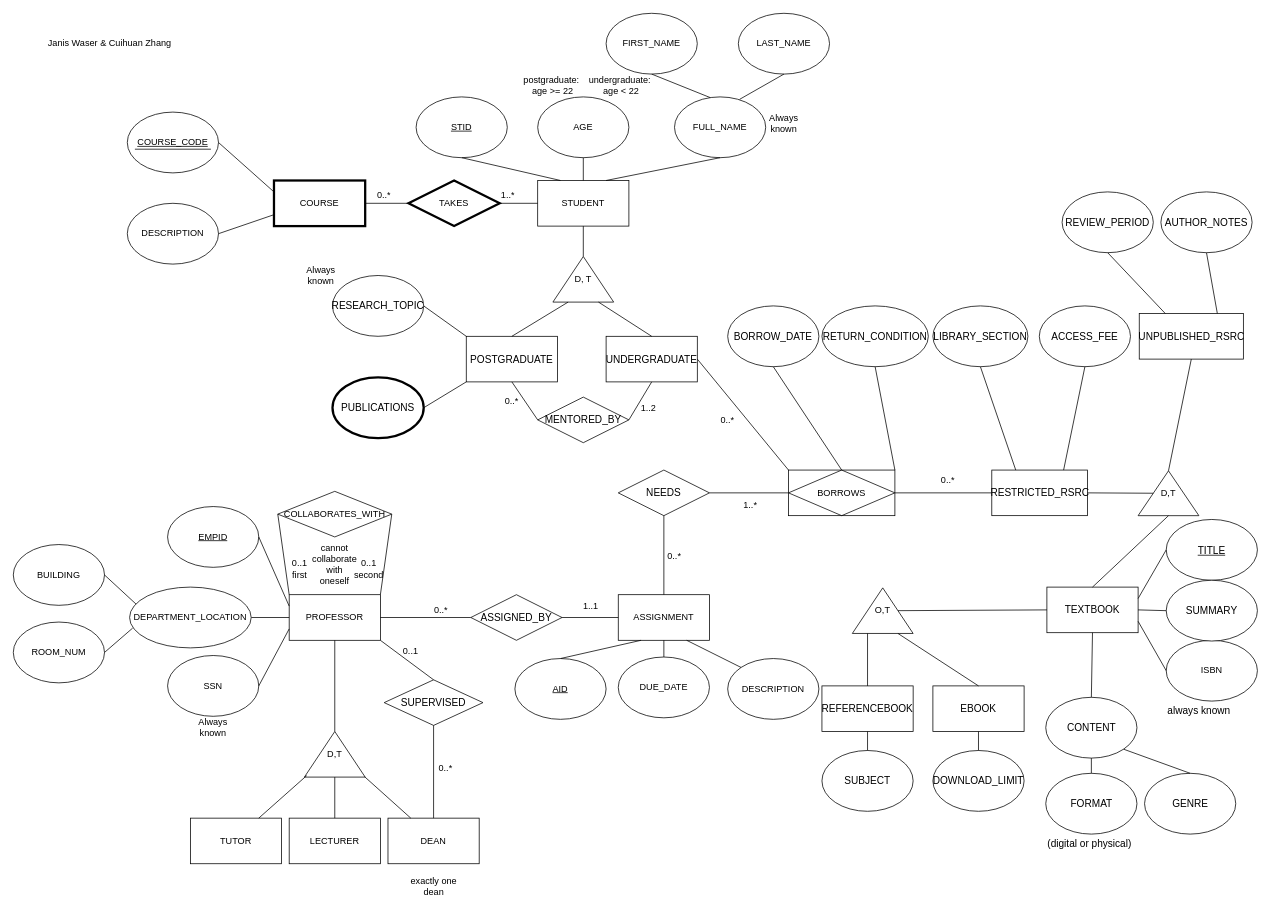
The draw.io diagram Homework1/DM-HW1_Janis & Cuihuan.drawio in us-ja/Data_Management, before the edit. Source tidied: cells renumbered, new cells numbered last; positions are measured from the earlier drawing's top-left corner, leaving out a move shared by most shapes. Both pictures are drawn from the tidied source at 76%, with x=0, y=0 at pixel (13, 13).
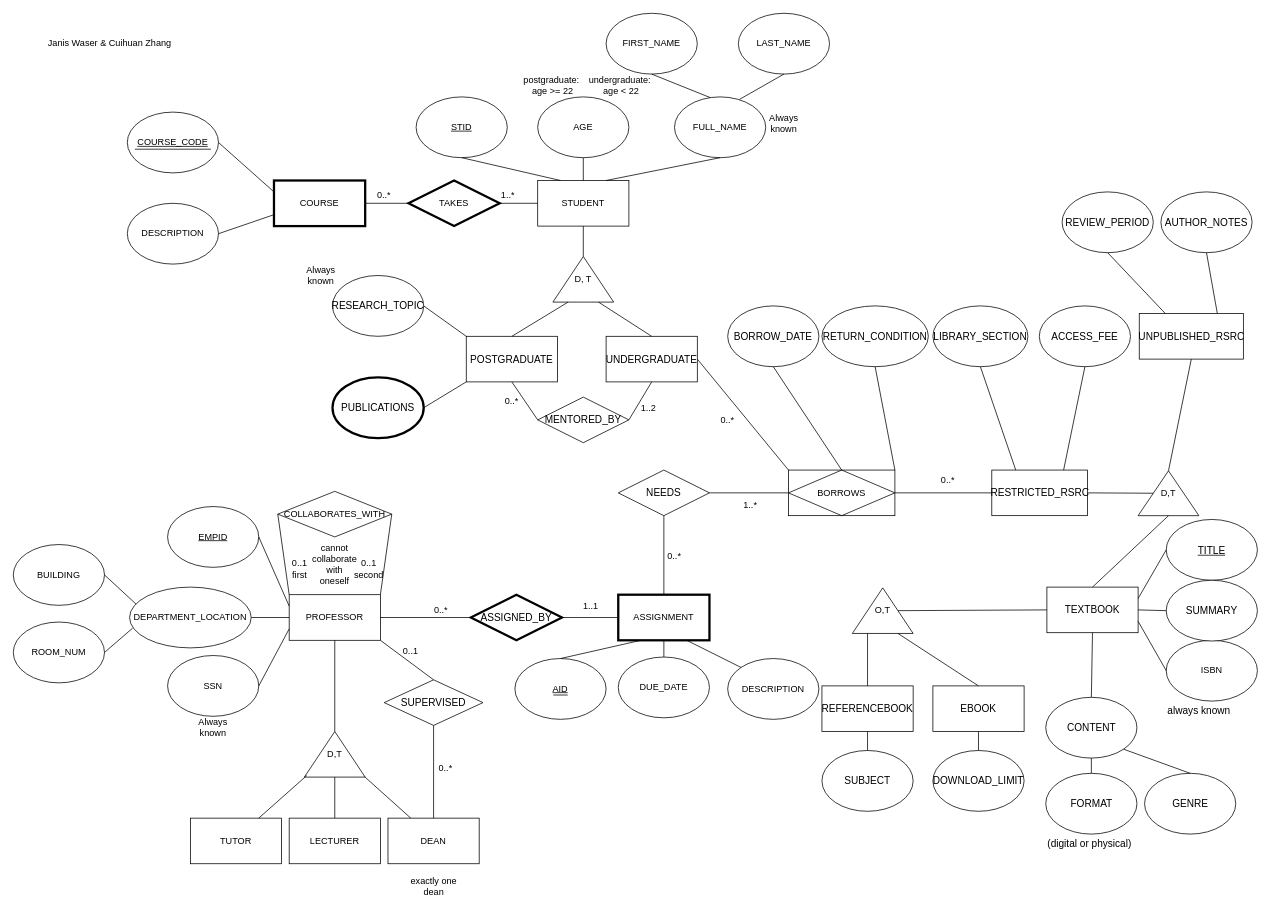
The same page after the edit.

Commit message:
make assign weak

What changed in the source:
```diff
@@
-    <mxCell id="34" value="ASSIGNMENT" style="rounded=0;whiteSpace=wrap;html=1;" parent="1" vertex="1">
+    <mxCell id="34" value="ASSIGNMENT" style="rounded=0;whiteSpace=wrap;html=1;strokeWidth=3;" parent="1" vertex="1">
       <mxGeometry x="796" y="765" width="120" height="60" as="geometry" />
     </mxCell>
@@
-    <mxCell id="64" value="&lt;div style=&quot;text-align: start;&quot;&gt;&lt;font face=&quot;LMRoman10-Regular&quot;&gt;&lt;span style=&quot;font-size: 13.2835px;&quot;&gt;ASSIGNED_BY&lt;/span&gt;&lt;/font&gt;&lt;/div&gt;" style="shape=rhombus;perimeter=rhombusPerimeter;whiteSpace=wrap;html=1;align=center;" parent="1" vertex="1">
+    <mxCell id="64" value="&lt;div style=&quot;text-align: start;&quot;&gt;&lt;font face=&quot;LMRoman10-Regular&quot;&gt;&lt;span style=&quot;font-size: 13.2835px;&quot;&gt;ASSIGNED_BY&lt;/span&gt;&lt;/font&gt;&lt;/div&gt;" style="shape=rhombus;perimeter=rhombusPerimeter;whiteSpace=wrap;html=1;align=center;strokeWidth=3;" parent="1" vertex="1">
       <mxGeometry x="602" y="765" width="120" height="60" as="geometry" />
     </mxCell>
@@
+    <mxCell id="141" style="endArrow=none;html=1;rounded=0;entryX=0.558;entryY=0.637;entryDx=0;entryDy=0;entryPerimeter=0;jumpSize=9;" parent="1" edge="1">
+      <mxGeometry relative="1" as="geometry">
+        <mxPoint x="710.5" y="897" as="sourcePoint" />
+        <mxPoint x="729.5" y="897" as="targetPoint" />
+      </mxGeometry>
+    </mxCell>
```
